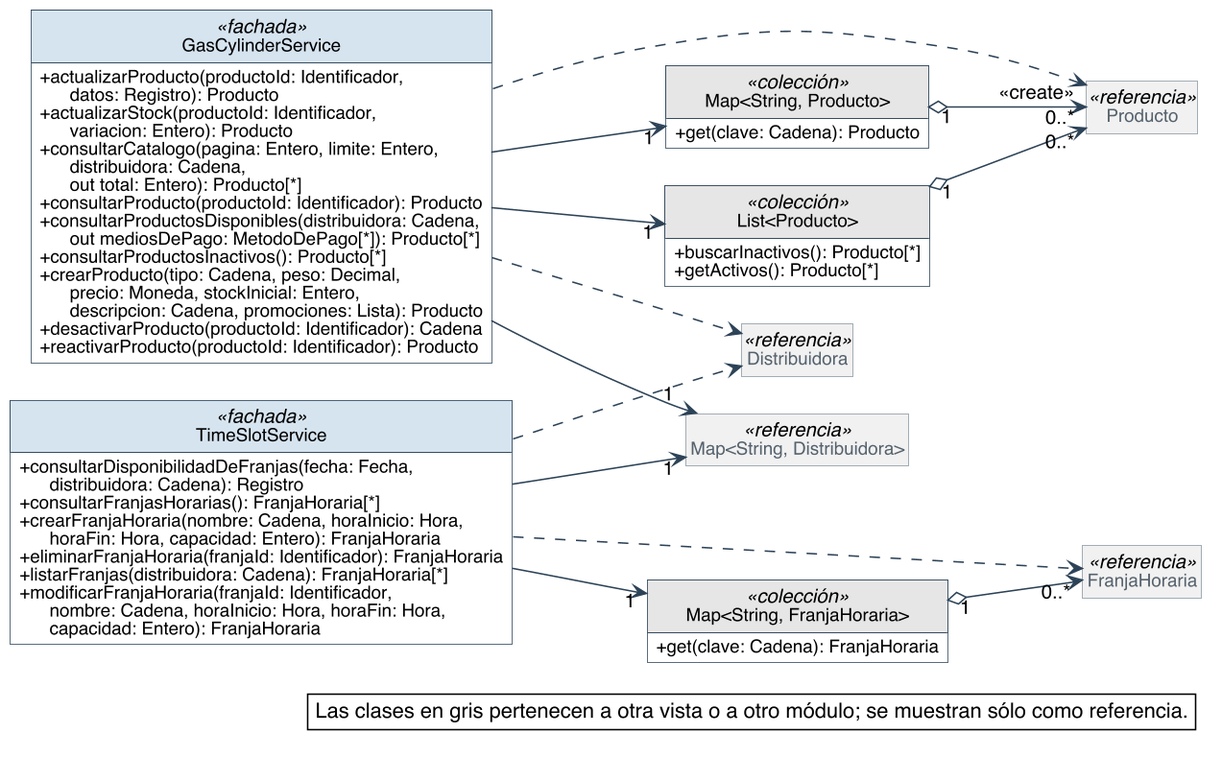
Nahuelito-Dev/splg-docs keeps this PlantUML diagram as diagramas/clases-diseno/DC_Mod_Productos-y-franjas.png. Above is the earlier version.
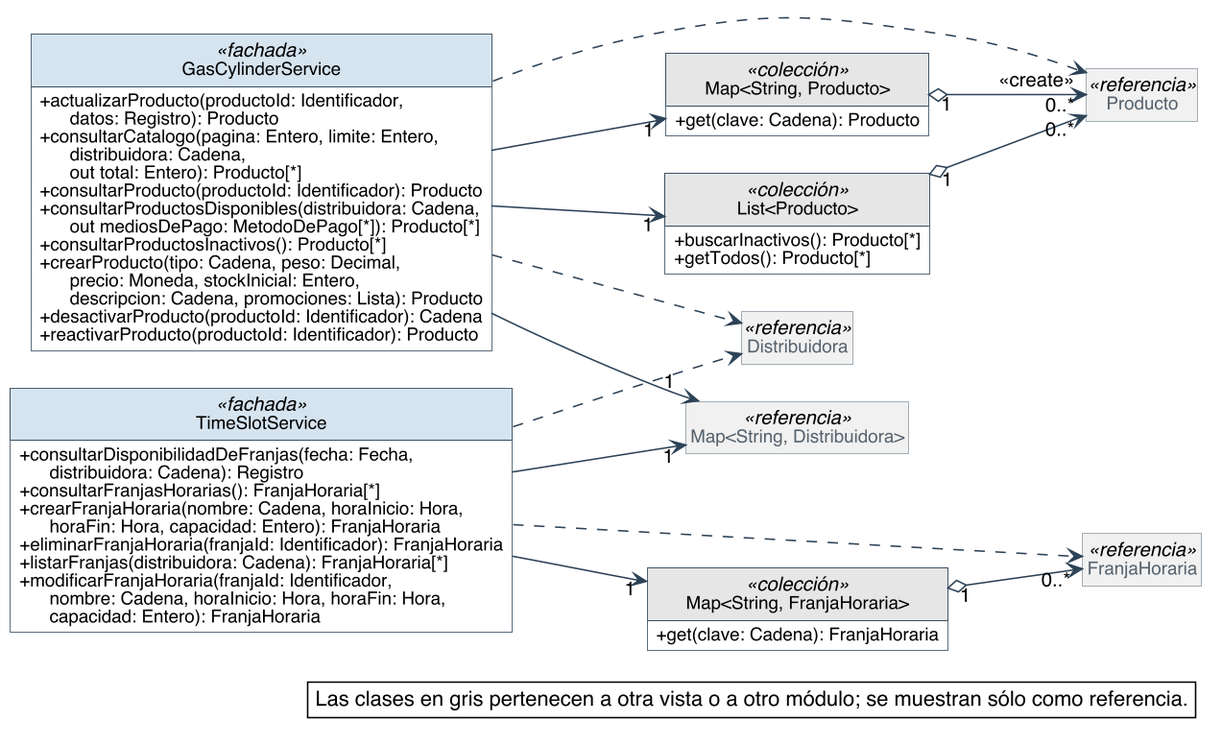
The same file after the commit.

The edit, as a diff of the source:
```diff
@@ -62,7 +62,6 @@
 skinparam ranksep 90
 class GasCylinderService <<fachada>> {
   + actualizarProducto(productoId: Identificador,\n      datos: Registro): Producto
-  + actualizarStock(productoId: Identificador,\n      variacion: Entero): Producto
   + consultarCatalogo(pagina: Entero, limite: Entero,\n      distribuidora: Cadena,\n      out total: Entero): Producto[*]
   + consultarProducto(productoId: Identificador): Producto
   + consultarProductosDisponibles(distribuidora: Cadena,\n      out mediosDePago: MetodoDePago[*]): Producto[*]
@@ -76,7 +75,7 @@
 }
 class "List<Producto>" as List_Producto <<colección>> {
   + buscarInactivos(): Producto[*]
-  + getActivos(): Producto[*]
+  + getTodos(): Producto[*]
 }
 class TimeSlotService <<fachada>> {
   + consultarDisponibilidadDeFranjas(fecha: Fecha,\n      distribuidora: Cadena): Registro
```
